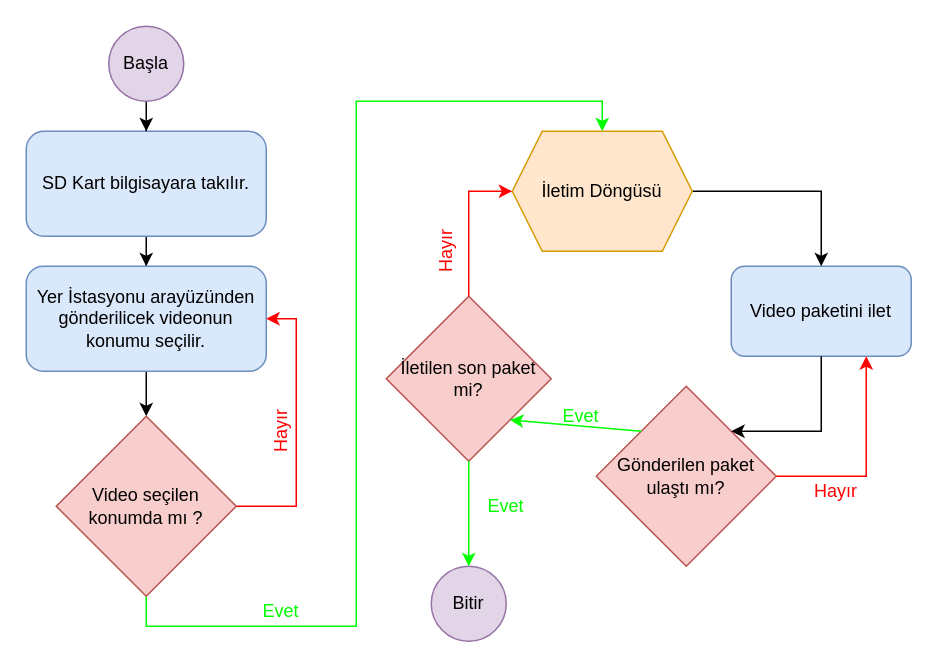
mthaasen/My-Diagrams keeps this draw.io diagram as Model Satellite Diagrams/Video-Transmitting.drawio. Above is the earlier version. Source tidied: cells renumbered, new cells numbered last; positions are measured from the earlier drawing's top-left corner, leaving out a move shared by most shapes. Both pictures are drawn from the tidied source at 150%, with x=0, y=0 at pixel (26, 26).
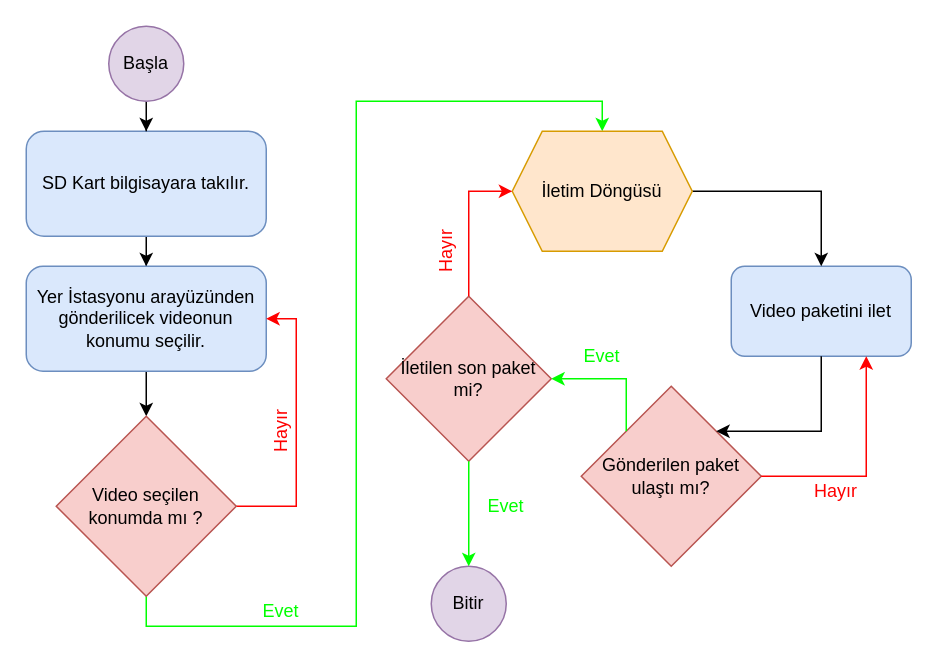
Above is the later version.

The change refers to these unchanged cells:
```xml
<mxCell id="17" value="İletilen son paket mi?" style="rhombus;whiteSpace=wrap;html=1;fillColor=#f8cecc;strokeColor=#b85450;" parent="1" vertex="1">
  <mxGeometry x="240" y="180" width="110" height="110" as="geometry" />
</mxCell>
```

What changed in the source:
```diff
@@
     <mxCell id="16" value="Gönderilen paket ulaştı mı?" style="rhombus;whiteSpace=wrap;html=1;fillColor=#f8cecc;strokeColor=#b85450;" parent="1" vertex="1">
-      <mxGeometry x="380" y="240" width="120" height="120" as="geometry" />
+      <mxGeometry x="370" y="240" width="120" height="120" as="geometry" />
     </mxCell>
@@
-    <mxCell id="19" style="endArrow=classic;html=1;exitX=0;exitY=0;exitDx=0;exitDy=0;entryX=1;entryY=1;entryDx=0;entryDy=0;strokeColor=#00FF00;" parent="1" edge="1" source="16" target="17">
-      <mxGeometry relative="1" as="geometry" />
+    <mxCell id="19" style="endArrow=classic;html=1;exitX=0;exitY=0;exitDx=0;exitDy=0;strokeColor=#00FF00;entryX=1;entryY=0.5;entryDx=0;entryDy=0;rounded=0;" parent="1" edge="1" source="16" target="17">
+      <mxGeometry relative="1" as="geometry">
+        <Array as="points">
+          <mxPoint x="400" y="235" />
+        </Array>
+      </mxGeometry>
     </mxCell>
     <mxCell id="20" value="&lt;font color=&quot;#00ff00&quot;&gt;Evet&lt;/font&gt;" style="text;html=1;strokeColor=none;fillColor=none;align=center;verticalAlign=middle;whiteSpace=wrap;rounded=0;rotation=0;" parent="1" vertex="1">
-      <mxGeometry x="350" y="250" width="40" height="20" as="geometry" />
+      <mxGeometry x="364" y="210" width="40" height="20" as="geometry" />
     </mxCell>
```
